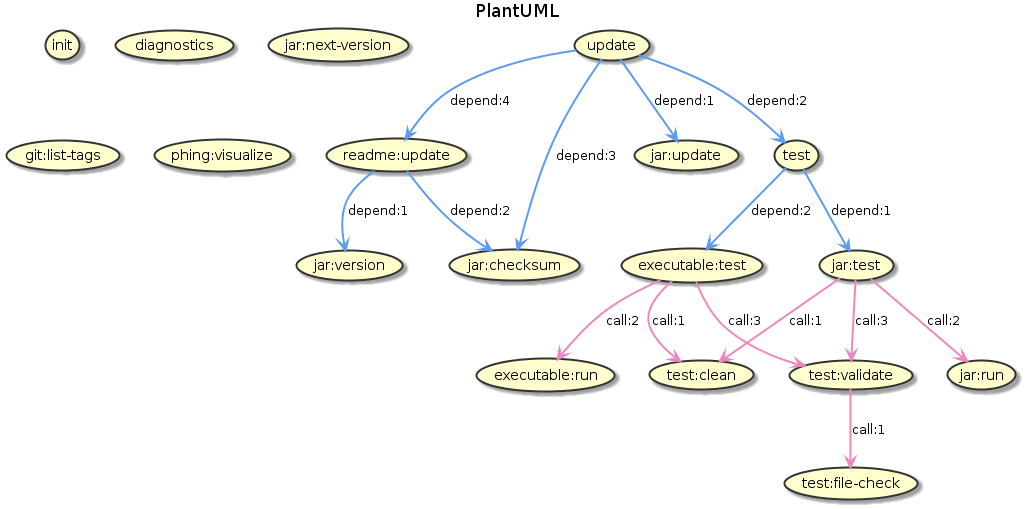
Above: docs/build.png in jawira/plantuml (PlantUML), before the change. Source of this version:
```plantuml
@startuml
title PlantUML
skinparam ArrowFontColor Black
skinparam ArrowThickness 2
skinparam UseCaseBackgroundColor #FFFECC
skinparam UseCaseBorderColor #333333
skinparam UseCaseBorderThickness 2
skinparam UseCaseFontColor Black

(init)
(update)
(readme:update)
(jar:update)
(jar:version)
(test)
(jar:test)
(executable:test)
(jar:run)
(executable:run)
(test:clean)
(test:validate)
(test:file-check)
(diagnostics)
(jar:checksum)
(jar:next-version)
(git:list-tags)
(phing:visualize)


(update) -[#5D9CEC]-> (jar:update) : depend:1
(update) -[#5D9CEC]-> (test) : depend:2
(update) -[#5D9CEC]-> (jar:checksum) : depend:3
(update) -[#5D9CEC]-> (readme:update) : depend:4
(readme:update) -[#5D9CEC]-> (jar:version) : depend:1
(readme:update) -[#5D9CEC]-> (jar:checksum) : depend:2
(test) -[#5D9CEC]-> (jar:test) : depend:1
(test) -[#5D9CEC]-> (executable:test) : depend:2
(jar:test) -[#EC87C0]-> (test:clean) : call:1
(jar:test) -[#EC87C0]-> (jar:run) : call:2
(jar:test) -[#EC87C0]-> (test:validate) : call:3
(executable:test) -[#EC87C0]-> (test:clean) : call:1
(executable:test) -[#EC87C0]-> (executable:run) : call:2
(executable:test) -[#EC87C0]-> (test:validate) : call:3
(test:validate) -[#EC87C0]-> (test:file-check) : call:1
@enduml
```
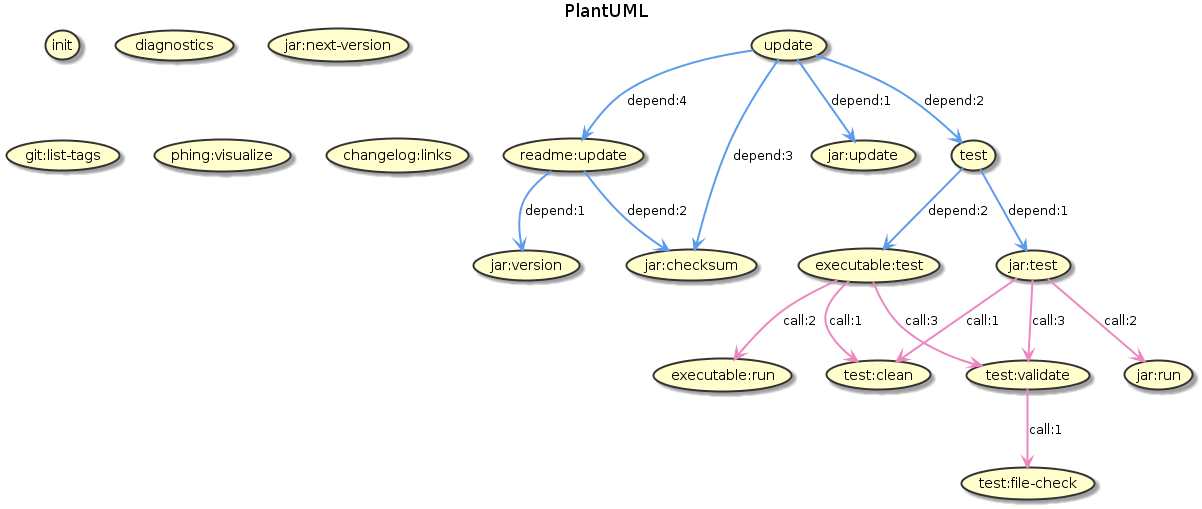
The same file after the commit.

Change to the diagram source:
```diff
@@ -25,6 +25,9 @@
 (jar:next-version)
 (git:list-tags)
 (phing:visualize)
+(git:list-tags)
+(changelog:links)
+(phing:visualize)
 
 
 (update) -[#5D9CEC]-> (jar:update) : depend:1
```
